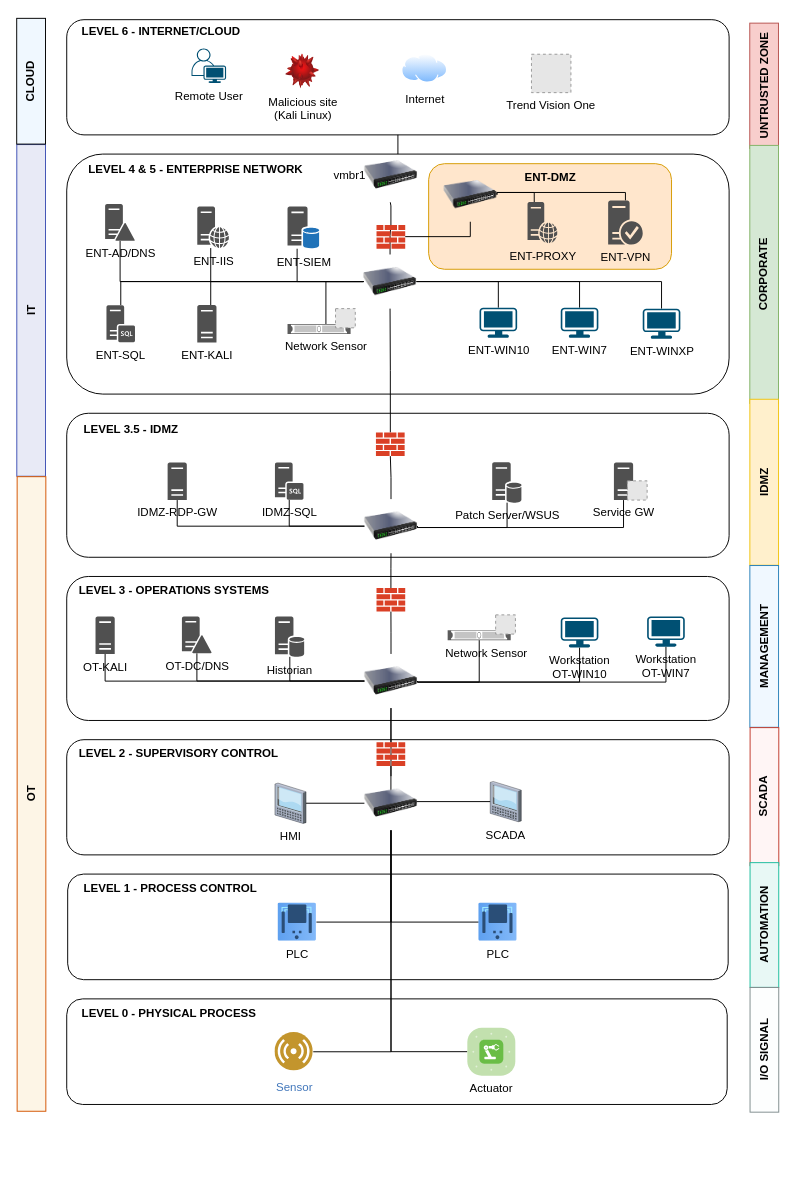
Before: architecture_diagram.drawio in jeromet2020/ics-ot-lab, a draw.io diagram. Source tidied: cells renumbered, new cells numbered last; positions are measured from the earlier drawing's top-left corner, leaving out a move shared by most shapes. Both pictures are drawn from the tidied source at 96%, with x=0, y=0 at pixel (-286, 16). Pictures stored in the file or linked from it are replaced by grey dashed boxes.
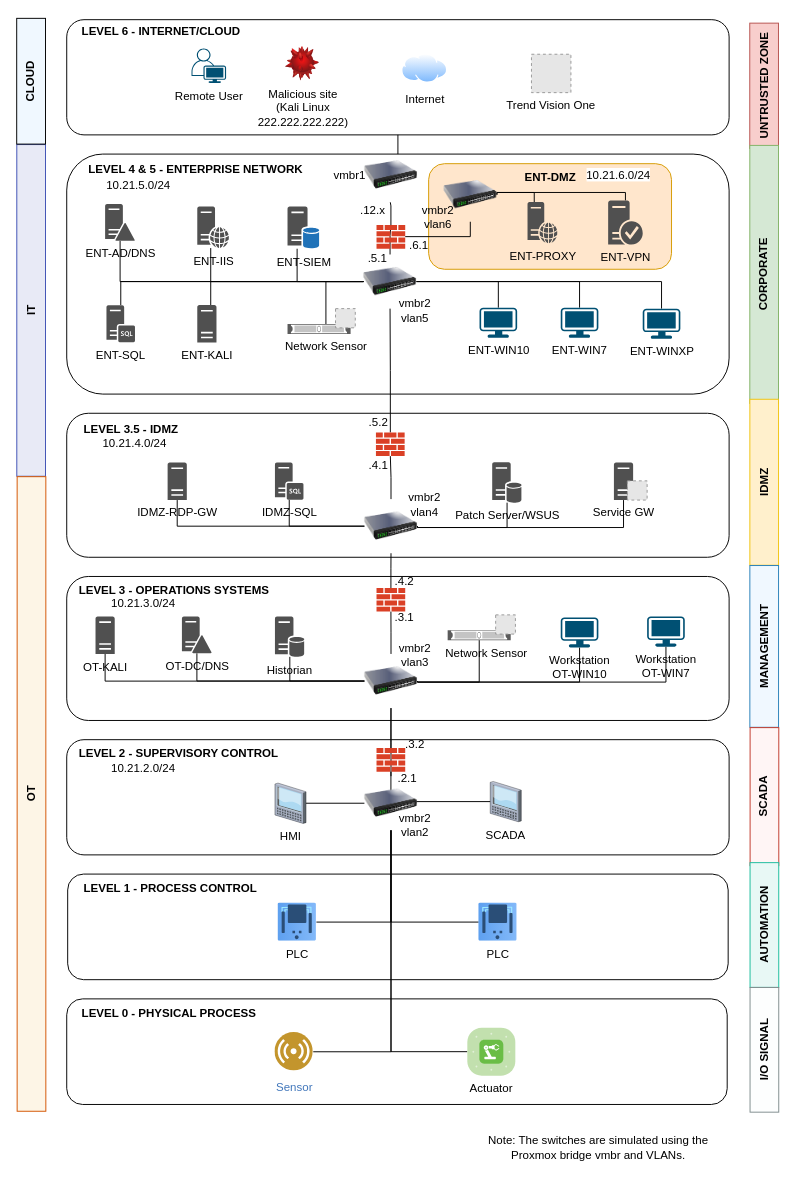
After the change.

The edit, as a diff of the source:
```diff
@@
-    <mxCell id="40" value="Malicious site&lt;div&gt;(Kali Linux)&lt;/div&gt;" style="image;html=1;image=img/lib/clip_art/computers/Virus_128x128.png;" parent="1" vertex="1">
-      <mxGeometry x="594.7" y="39" width="36" height="36" as="geometry" />
+    <mxCell id="40" value="Malicious site&lt;div&gt;&lt;span style=&quot;background-color: light-dark(#ffffff, var(--ge-dark-color, #121212)); color: light-dark(rgb(0, 0, 0), rgb(255, 255, 255));&quot;&gt;(Kali Linux&lt;/span&gt;&lt;/div&gt;&lt;div&gt;&lt;span style=&quot;background-color: light-dark(#ffffff, var(--ge-dark-color, #121212)); color: light-dark(rgb(0, 0, 0), rgb(255, 255, 255));&quot;&gt;222.222.222.222)&lt;/span&gt;&lt;/div&gt;" style="image;html=1;image=img/lib/clip_art/computers/Virus_128x128.png;" parent="1" vertex="1">
+      <mxGeometry x="594.7" y="31" width="36" height="36" as="geometry" />
     </mxCell>
@@
     <mxCell id="96" style="sketch=0;shadow=0;dashed=0;html=1;strokeColor=none;labelPosition=center;verticalLabelPosition=bottom;verticalAlign=top;outlineConnect=0;align=center;shape=mxgraph.office.concepts.firewall;fillColor=#DA4026;" parent="1" vertex="1">
-      <mxGeometry x="689.7" y="755.7" width="29.9" height="24.6" as="geometry" />
+      <mxGeometry x="689.7" y="761.7" width="29.9" height="24.6" as="geometry" />
     </mxCell>
@@
+    <mxCell id="113" value="&lt;br&gt;&lt;div&gt;vmbr2&lt;div&gt;vlan6&lt;/div&gt;&lt;/div&gt;" style="text;html=1;align=center;verticalAlign=middle;whiteSpace=wrap;rounded=0;" parent="1" vertex="1">
+      <mxGeometry x="724.3" y="187" width="60" height="30" as="geometry" />
+    </mxCell>
+    <mxCell id="114" value="vmbr2 vlan5" style="text;html=1;align=center;verticalAlign=middle;whiteSpace=wrap;rounded=0;" parent="1" vertex="1">
+      <mxGeometry x="699.8" y="290.8" width="60" height="30" as="geometry" />
+    </mxCell>
+    <mxCell id="115" value="vmbr2 vlan4" style="text;html=1;align=center;verticalAlign=middle;whiteSpace=wrap;rounded=0;" parent="1" vertex="1">
+      <mxGeometry x="709.9" y="493" width="60" height="30" as="geometry" />
+    </mxCell>
+    <mxCell id="116" value="vmbr2 vlan3" style="text;html=1;align=center;verticalAlign=middle;whiteSpace=wrap;rounded=0;" parent="1" vertex="1">
+      <mxGeometry x="699.8" y="649.5" width="60" height="30" as="geometry" />
+    </mxCell>
+    <mxCell id="117" value="vmbr2 vlan2" style="text;html=1;align=center;verticalAlign=middle;whiteSpace=wrap;rounded=0;" parent="1" vertex="1">
+      <mxGeometry x="699.8" y="827.3" width="60" height="30" as="geometry" />
+    </mxCell>
+    <mxCell id="118" value="Note: The switches are simulated using the Proxmox bridge vmbr and VLANs." style="text;html=1;align=center;verticalAlign=middle;whiteSpace=wrap;rounded=0;" parent="1" vertex="1">
+      <mxGeometry x="787" y="1163" width="267.6" height="30" as="geometry" />
+    </mxCell>
+    <mxCell id="119" value="&lt;span style=&quot;caret-color: rgb(0, 0, 0); color: rgb(0, 0, 0); text-align: start; white-space-collapse: preserve; background-color: rgb(255, 255, 255);&quot;&gt;&lt;font face=&quot;Helvetica&quot;&gt;10.21.6.0/24&lt;/font&gt;&lt;/span&gt;" style="text;html=1;align=center;verticalAlign=middle;whiteSpace=wrap;rounded=0;" parent="1" vertex="1">
+      <mxGeometry x="911.6" y="149.8" width="60" height="30" as="geometry" />
+    </mxCell>
+    <mxCell id="120" value="&lt;span style=&quot;caret-color: rgb(0, 0, 0); color: rgb(0, 0, 0); text-align: start; white-space-collapse: preserve; background-color: rgb(255, 255, 255);&quot;&gt;&lt;font face=&quot;Helvetica&quot;&gt;10.21.4.0/24&lt;/font&gt;&lt;/span&gt;" style="text;html=1;align=center;verticalAlign=middle;whiteSpace=wrap;rounded=0;" parent="1" vertex="1">
+      <mxGeometry x="408.4" y="430.3" width="60" height="30" as="geometry" />
+    </mxCell>
+    <mxCell id="121" value="&lt;span style=&quot;caret-color: rgb(0, 0, 0); color: rgb(0, 0, 0); text-align: start; white-space-collapse: preserve; background-color: rgb(255, 255, 255);&quot;&gt;&lt;font face=&quot;Helvetica&quot;&gt;10.21.5.0/24&lt;/font&gt;&lt;/span&gt;" style="text;html=1;align=center;verticalAlign=middle;whiteSpace=wrap;rounded=0;" parent="1" vertex="1">
+      <mxGeometry x="412.1" y="161.3" width="60" height="30" as="geometry" />
+    </mxCell>
+    <mxCell id="122" value="&lt;span style=&quot;caret-color: rgb(0, 0, 0); color: rgb(0, 0, 0); text-align: start; white-space-collapse: preserve; background-color: rgb(255, 255, 255);&quot;&gt;&lt;font face=&quot;Helvetica&quot;&gt;10.21.3.0/24&lt;/font&gt;&lt;/span&gt;" style="text;html=1;align=center;verticalAlign=middle;whiteSpace=wrap;rounded=0;" parent="1" vertex="1">
+      <mxGeometry x="417" y="595.5" width="60" height="30" as="geometry" />
+    </mxCell>
+    <mxCell id="123" value="&lt;span style=&quot;caret-color: rgb(0, 0, 0); color: rgb(0, 0, 0); text-align: start; white-space-collapse: preserve; background-color: rgb(255, 255, 255);&quot;&gt;&lt;font face=&quot;Helvetica&quot;&gt;10.21.2.0/24&lt;/font&gt;&lt;/span&gt;" style="text;html=1;align=center;verticalAlign=middle;whiteSpace=wrap;rounded=0;" parent="1" vertex="1">
+      <mxGeometry x="417" y="768.2" width="60" height="30" as="geometry" />
+    </mxCell>
+    <mxCell id="124" value=".5.1" style="text;html=1;align=center;verticalAlign=middle;whiteSpace=wrap;rounded=0;" parent="1" vertex="1">
+      <mxGeometry x="660.8" y="237.3" width="60" height="30" as="geometry" />
+    </mxCell>
+    <mxCell id="125" value=".6.1" style="text;html=1;align=center;verticalAlign=middle;whiteSpace=wrap;rounded=0;" parent="1" vertex="1">
+      <mxGeometry x="703.8" y="223.4" width="60" height="30" as="geometry" />
+    </mxCell>
+    <mxCell id="126" value=".5.2" style="text;html=1;align=center;verticalAlign=middle;whiteSpace=wrap;rounded=0;" parent="1" vertex="1">
+      <mxGeometry x="662.3" y="408" width="60" height="30" as="geometry" />
+    </mxCell>
+    <mxCell id="127" value=".4.1" style="text;html=1;align=center;verticalAlign=middle;whiteSpace=wrap;rounded=0;" parent="1" vertex="1">
+      <mxGeometry x="662.3" y="453" width="60" height="30" as="geometry" />
+    </mxCell>
+    <mxCell id="128" value=".4.2" style="text;html=1;align=center;verticalAlign=middle;whiteSpace=wrap;rounded=0;" parent="1" vertex="1">
+      <mxGeometry x="689.1" y="573" width="60" height="30" as="geometry" />
+    </mxCell>
+    <mxCell id="129" value=".3.1" style="text;html=1;align=center;verticalAlign=middle;whiteSpace=wrap;rounded=0;" parent="1" vertex="1">
+      <mxGeometry x="689.1" y="610.9" width="60" height="30" as="geometry" />
+    </mxCell>
+    <mxCell id="130" value=".3.2" style="text;html=1;align=center;verticalAlign=middle;whiteSpace=wrap;rounded=0;" parent="1" vertex="1">
+      <mxGeometry x="699.8" y="743" width="60" height="30" as="geometry" />
+    </mxCell>
+    <mxCell id="131" value=".2.1" style="text;html=1;align=center;verticalAlign=middle;whiteSpace=wrap;rounded=0;" parent="1" vertex="1">
+      <mxGeometry x="691.8" y="779" width="60" height="30" as="geometry" />
+    </mxCell>
+    <mxCell id="132" value=".12.x" style="text;html=1;align=center;verticalAlign=middle;whiteSpace=wrap;rounded=0;" parent="1" vertex="1">
+      <mxGeometry x="656.1" y="187" width="60" height="30" as="geometry" />
+    </mxCell>
```
